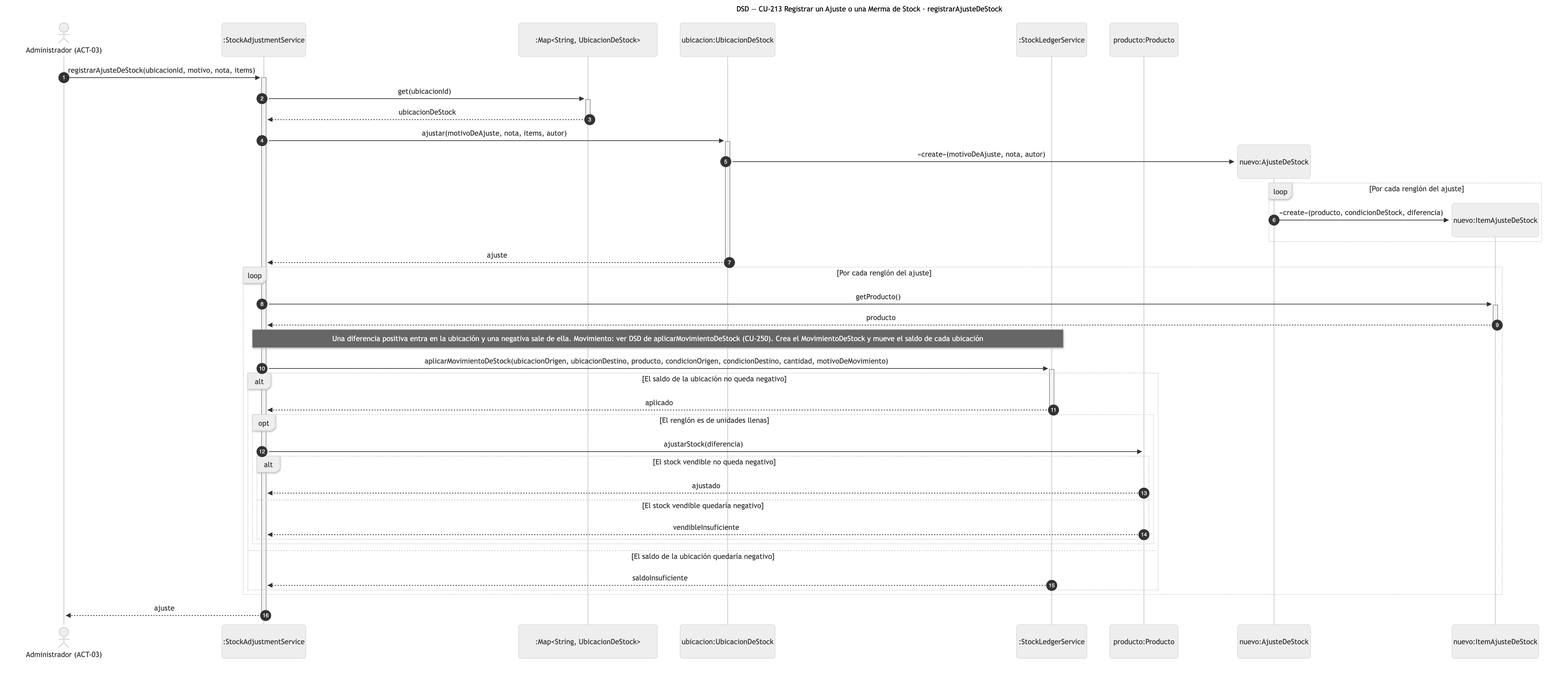
Before: diagramas/png/DSD_CU-213_registrarAjusteDeStock.png, a diagram exported from Mermaid (Nahuelito-Dev/splg-docs). Its source is kept beside it as diagramas/DSD_CU-213_registrarAjusteDeStock.mmd. Its diagram source:
```mermaid
sequenceDiagram
    title DSD — CU-213 Registrar un Ajuste o una Merma de Stock · registrarAjusteDeStock
    autonumber
    actor ADM as Administrador (ACT-03)
    participant SRV as :StockAdjustmentService
    participant COL as :Map#lt;String, UbicacionDeStock#gt;
    participant UBI as ubicacion:UbicacionDeStock
    participant LED as :StockLedgerService
    participant PRO as producto:Producto

    ADM->>+SRV: registrarAjusteDeStock(ubicacionId, motivo, nota, items)
    SRV->>+COL: get(ubicacionId)
    COL-->>-SRV: ubicacionDeStock
    SRV->>+UBI: ajustar(motivoDeAjuste, nota, items, autor)
    create participant AJU as nuevo:AjusteDeStock
    UBI->>AJU: «create»(motivoDeAjuste, nota, autor)
    loop Por cada renglón del ajuste
        create participant ITM as nuevo:ItemAjusteDeStock
        AJU->>ITM: «create»(producto, condicionDeStock, diferencia)
    end
    UBI-->>-SRV: ajuste
    loop Por cada renglón del ajuste
        SRV->>+ITM: getProducto()
        ITM-->>-SRV: producto
        Note over SRV,LED: Una diferencia positiva entra en la ubicación y una negativa sale de ella. Movimiento: ver DSD de aplicarMovimientoDeStock (CU-250). Crea el MovimientoDeStock y mueve el saldo de cada ubicación
        SRV->>+LED: aplicarMovimientoDeStock(ubicacionOrigen, ubicacionDestino, producto, condicionOrigen, condicionDestino, cantidad, motivoDeMovimiento)
        alt El saldo de la ubicación no queda negativo
            LED-->>-SRV: aplicado
            opt El renglón es de unidades llenas
                SRV->>PRO: ajustarStock(diferencia)
                alt El stock vendible no queda negativo
                    PRO-->>SRV: ajustado
                else El stock vendible quedaría negativo
                    PRO-->>SRV: vendibleInsuficiente
                end
            end
        else El saldo de la ubicación quedaría negativo
            LED-->>SRV: saldoInsuficiente
        end
    end
    SRV-->>-ADM: ajuste
```
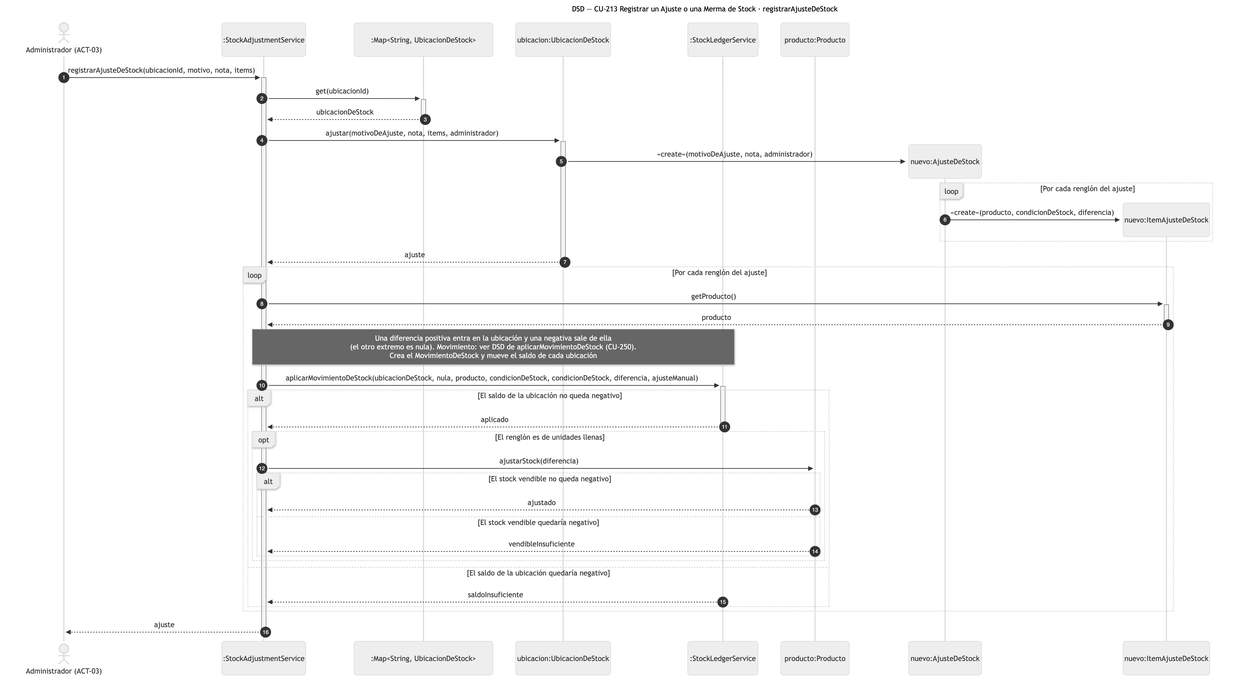
After the commit.

What changed in the source:
```diff
@@ -11,9 +11,9 @@
     ADM->>+SRV: registrarAjusteDeStock(ubicacionId, motivo, nota, items)
     SRV->>+COL: get(ubicacionId)
     COL-->>-SRV: ubicacionDeStock
-    SRV->>+UBI: ajustar(motivoDeAjuste, nota, items, autor)
+    SRV->>+UBI: ajustar(motivoDeAjuste, nota, items, administrador)
     create participant AJU as nuevo:AjusteDeStock
-    UBI->>AJU: «create»(motivoDeAjuste, nota, autor)
+    UBI->>AJU: «create»(motivoDeAjuste, nota, administrador)
     loop Por cada renglón del ajuste
         create participant ITM as nuevo:ItemAjusteDeStock
         AJU->>ITM: «create»(producto, condicionDeStock, diferencia)
@@ -22,8 +22,8 @@
     loop Por cada renglón del ajuste
         SRV->>+ITM: getProducto()
         ITM-->>-SRV: producto
-        Note over SRV,LED: Una diferencia positiva entra en la ubicación y una negativa sale de ella. Movimiento: ver DSD de aplicarMovimientoDeStock (CU-250). Crea el MovimientoDeStock y mueve el saldo de cada ubicación
-        SRV->>+LED: aplicarMovimientoDeStock(ubicacionOrigen, ubicacionDestino, producto, condicionOrigen, condicionDestino, cantidad, motivoDeMovimiento)
+        Note over SRV,LED: Una diferencia positiva entra en la ubicación y una negativa sale de ella<br/>(el otro extremo es nula). Movimiento: ver DSD de aplicarMovimientoDeStock (CU-250).<br/>Crea el MovimientoDeStock y mueve el saldo de cada ubicación
+        SRV->>+LED: aplicarMovimientoDeStock(ubicacionDeStock, nula, producto, condicionDeStock, condicionDeStock, diferencia, ajusteManual)
         alt El saldo de la ubicación no queda negativo
             LED-->>-SRV: aplicado
             opt El renglón es de unidades llenas
```
